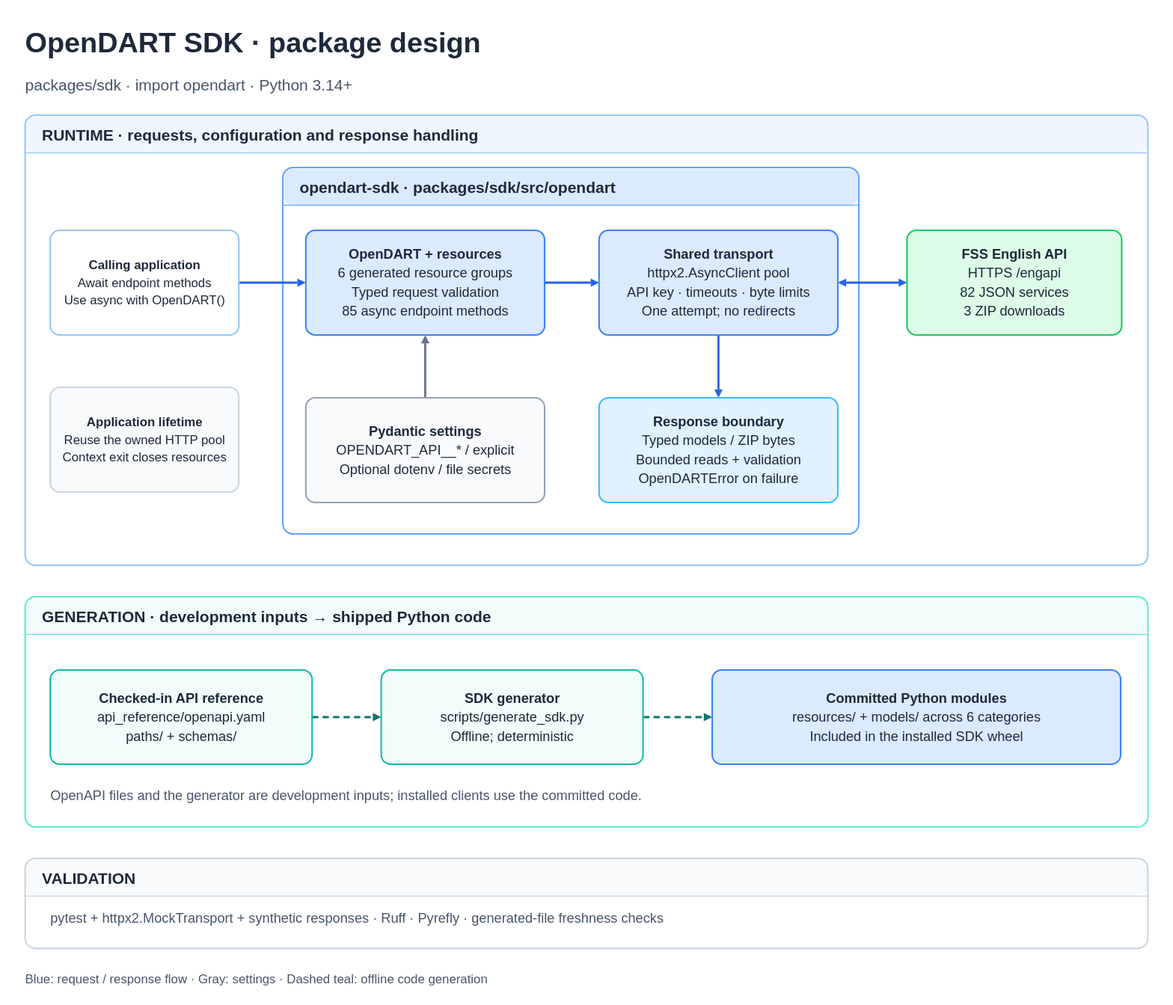
Above: packages/sdk/docs/architecture.svg in orestxherija/opendart (draw.io), before the change. Source tidied: cells renumbered, new cells last; positions are measured from the earlier drawing's top-left corner, leaving out a move shared by most shapes.
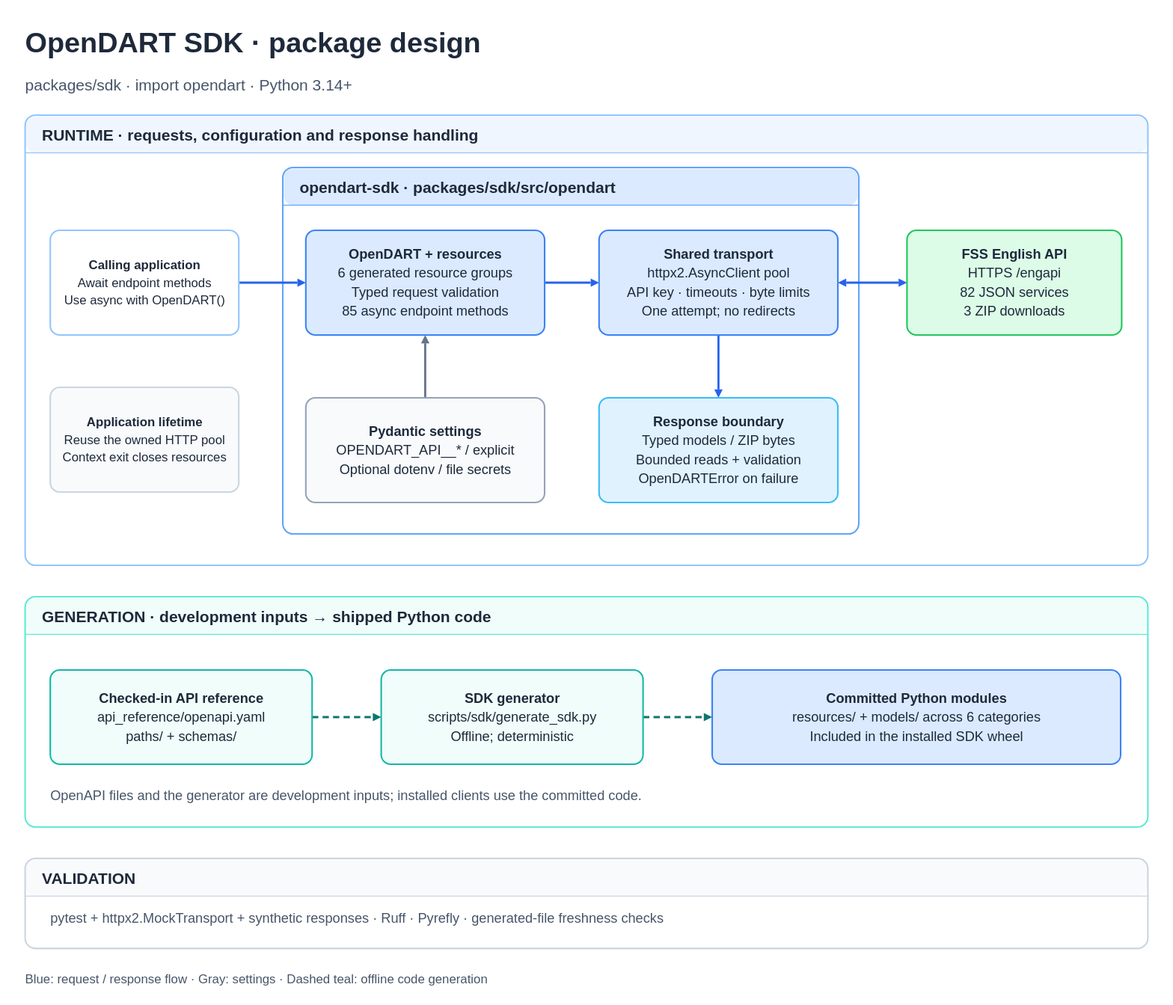
After the commit.

What changed in the source:
```diff
@@ -41,7 +41,7 @@
     <mxCell id="14" value="&lt;b&gt;Checked-in API reference&lt;/b&gt;&lt;br&gt;api_reference/openapi.yaml&lt;br&gt;paths/ + schemas/" style="rounded=1;whiteSpace=wrap;html=1;fontFamily=Arial;fontSize=13;fontColor=#1e293b;strokeWidth=1.5;spacing=12;fillColor=#f0fdfa;strokeColor=#14b8a6;" parent="13" vertex="1">
       <mxGeometry x="24" y="70" width="250" height="90" as="geometry" />
     </mxCell>
-    <mxCell id="15" value="&lt;b&gt;SDK generator&lt;/b&gt;&lt;br&gt;scripts/generate_sdk.py&lt;br&gt;Offline; deterministic" style="rounded=1;whiteSpace=wrap;html=1;fontFamily=Arial;fontSize=13;fontColor=#1e293b;strokeWidth=1.5;spacing=12;fillColor=#f0fdfa;strokeColor=#14b8a6;" parent="13" vertex="1">
+    <mxCell id="15" value="&lt;b&gt;SDK generator&lt;/b&gt;&lt;br&gt;scripts/sdk/generate_sdk.py&lt;br&gt;Offline; deterministic" style="rounded=1;whiteSpace=wrap;html=1;fontFamily=Arial;fontSize=13;fontColor=#1e293b;strokeWidth=1.5;spacing=12;fillColor=#f0fdfa;strokeColor=#14b8a6;" parent="13" vertex="1">
       <mxGeometry x="340" y="70" width="250" height="90" as="geometry" />
     </mxCell>
     <mxCell id="16" value="&lt;b&gt;Committed Python modules&lt;/b&gt;&lt;br&gt;resources/ + models/ across 6 categories&lt;br&gt;Included in the installed SDK wheel" style="rounded=1;whiteSpace=wrap;html=1;fontFamily=Arial;fontSize=13;fontColor=#1e293b;strokeWidth=1.5;spacing=12;fillColor=#dbeafe;strokeColor=#3b82f6;" parent="13" vertex="1">
```
